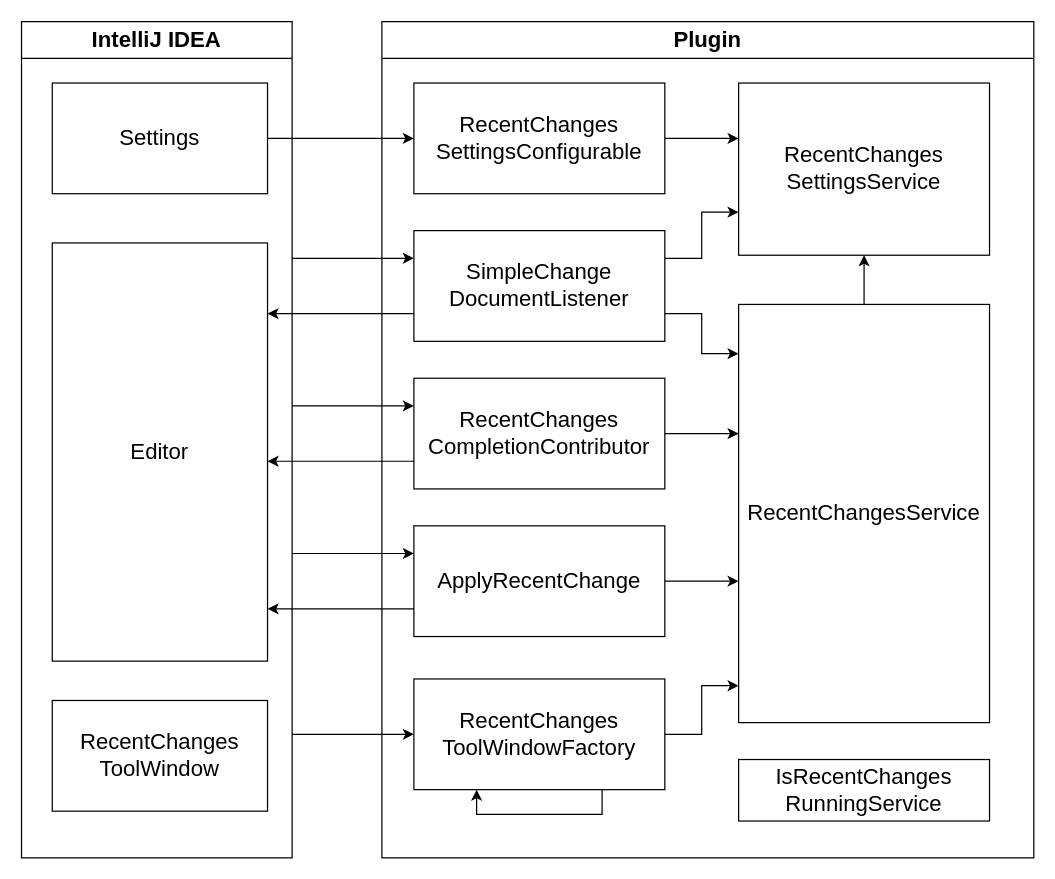
Above: page "Simplified" (2 of 8) of 01_Data/Diagrams/PluginArchitecture/05_IntelliJDesign.drawio in pseiringer/PluginComarison (draw.io), before the change. Source tidied: cells renumbered, new cells numbered last; positions are measured from the earlier drawing's top-left corner, leaving out a move shared by most shapes. Both pictures are drawn from the tidied source at 123%, with x=0, y=0 at pixel (21, 21).
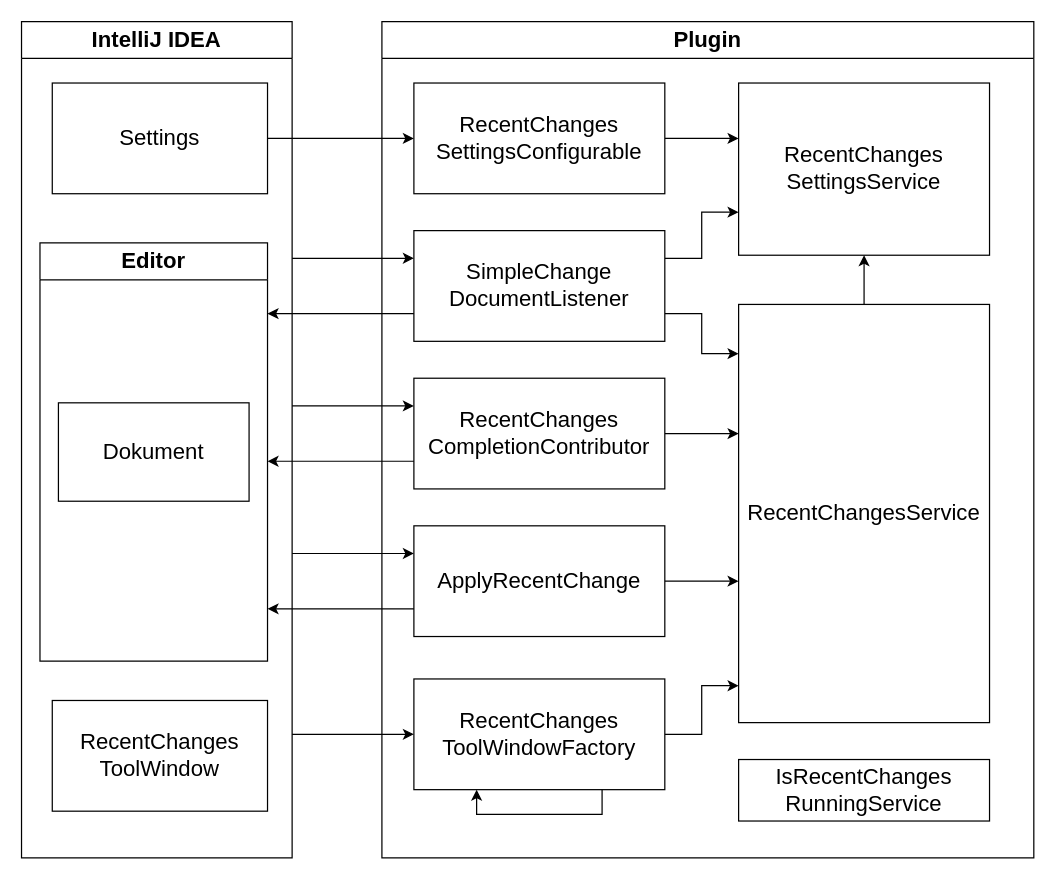
The same page after the edit.

Unchanged cells that the change refers to:
```xml
<mxCell id="2" value="IntelliJ IDEA" style="swimlane;whiteSpace=wrap;html=1;fontSize=18;startSize=30;" parent="1" vertex="1">
  <mxGeometry width="220" height="680" as="geometry" />
</mxCell>
<mxCell id="11" value="SimpleChange&lt;br&gt;DocumentListener" style="rounded=0;whiteSpace=wrap;html=1;fontSize=18;" parent="6" vertex="1">
  <mxGeometry x="26" y="170" width="204" height="90" as="geometry" />
</mxCell>
<mxCell id="13" value="RecentChanges&lt;br&gt;CompletionContributor" style="rounded=0;whiteSpace=wrap;html=1;fontSize=18;" parent="6" vertex="1">
  <mxGeometry x="26" y="290" width="204" height="90" as="geometry" />
</mxCell>
```

The edit, as a diff of the source:
```diff
@@
-    <mxCell id="3" value="Editor" style="rounded=0;whiteSpace=wrap;html=1;fontSize=18;" parent="2" vertex="1">
-      <mxGeometry x="25" y="180" width="175" height="340" as="geometry" />
-    </mxCell>
@@
+    <mxCell id="3" value="Editor" style="swimlane;whiteSpace=wrap;html=1;fontSize=18;startSize=30;" parent="2" vertex="1">
+      <mxGeometry x="15" y="180" width="185" height="340" as="geometry" />
+    </mxCell>
+    <mxCell id="31" value="Dokument" style="rounded=0;whiteSpace=wrap;html=1;fontSize=18;" parent="3" vertex="1">
+      <mxGeometry x="15" y="130" width="155" height="80" as="geometry" />
+    </mxCell>
@@
     <mxCell id="26" style="edgeStyle=orthogonalEdgeStyle;rounded=0;jettySize=auto;html=1;exitX=0;exitY=0.75;exitDx=0;exitDy=0;" parent="1" edge="1" source="13" target="3">
       <mxGeometry relative="1" as="geometry">
         <Array as="points">
-          <mxPoint x="240" y="357" />
-          <mxPoint x="240" y="357" />
+          <mxPoint x="230" y="358" />
+          <mxPoint x="230" y="358" />
         </Array>
       </mxGeometry>
     </mxCell>
@@
     <mxCell id="30" style="edgeStyle=orthogonalEdgeStyle;rounded=0;jettySize=auto;html=1;exitX=0;exitY=0.75;exitDx=0;exitDy=0;" parent="1" edge="1" source="11" target="3">
       <mxGeometry relative="1" as="geometry">
         <Array as="points">
-          <mxPoint x="240" y="238" />
-          <mxPoint x="240" y="238" />
+          <mxPoint x="230" y="237" />
+          <mxPoint x="230" y="237" />
         </Array>
       </mxGeometry>
     </mxCell>
```
